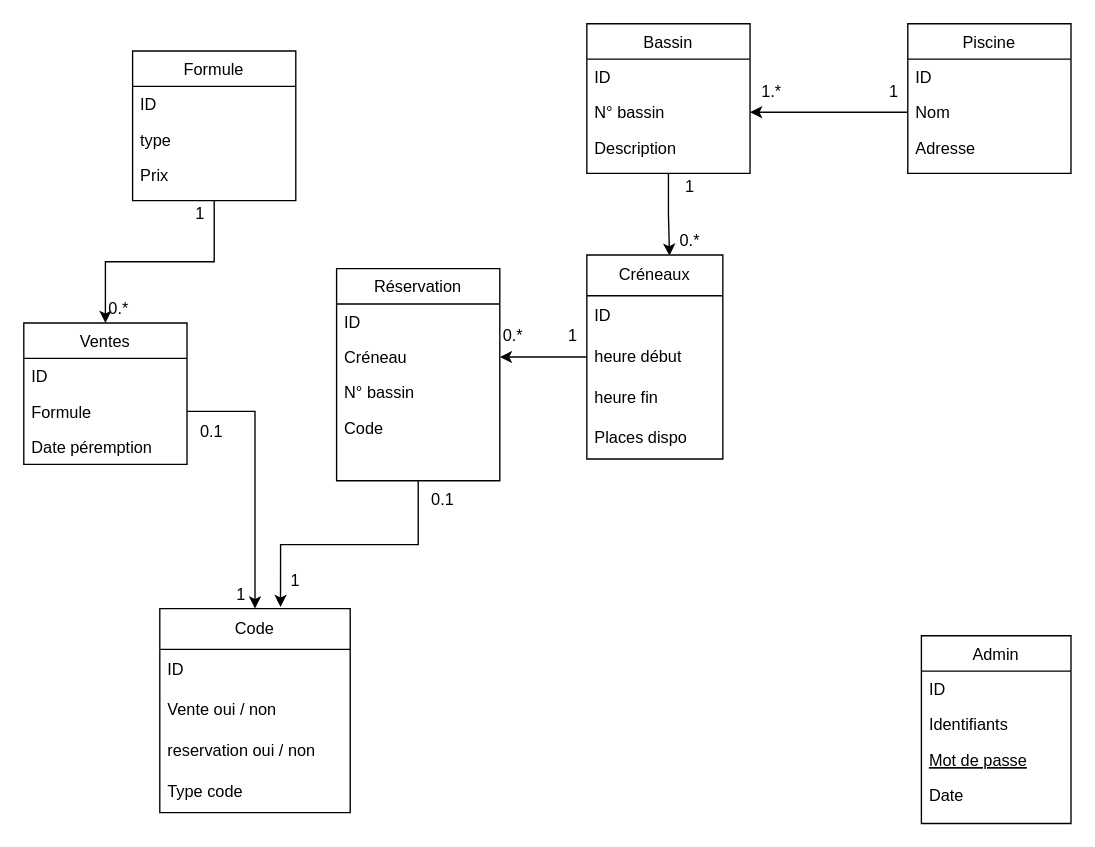
Before: Diagramme sans nom.drawio in Chic0s/PiscineRennes, a draw.io diagram. Source tidied: cells renumbered, new cells numbered last; positions are measured from the earlier drawing's top-left corner, leaving out a move shared by most shapes. Both pictures are drawn from the tidied source at 136%, with x=0, y=0 at pixel (23, 23).
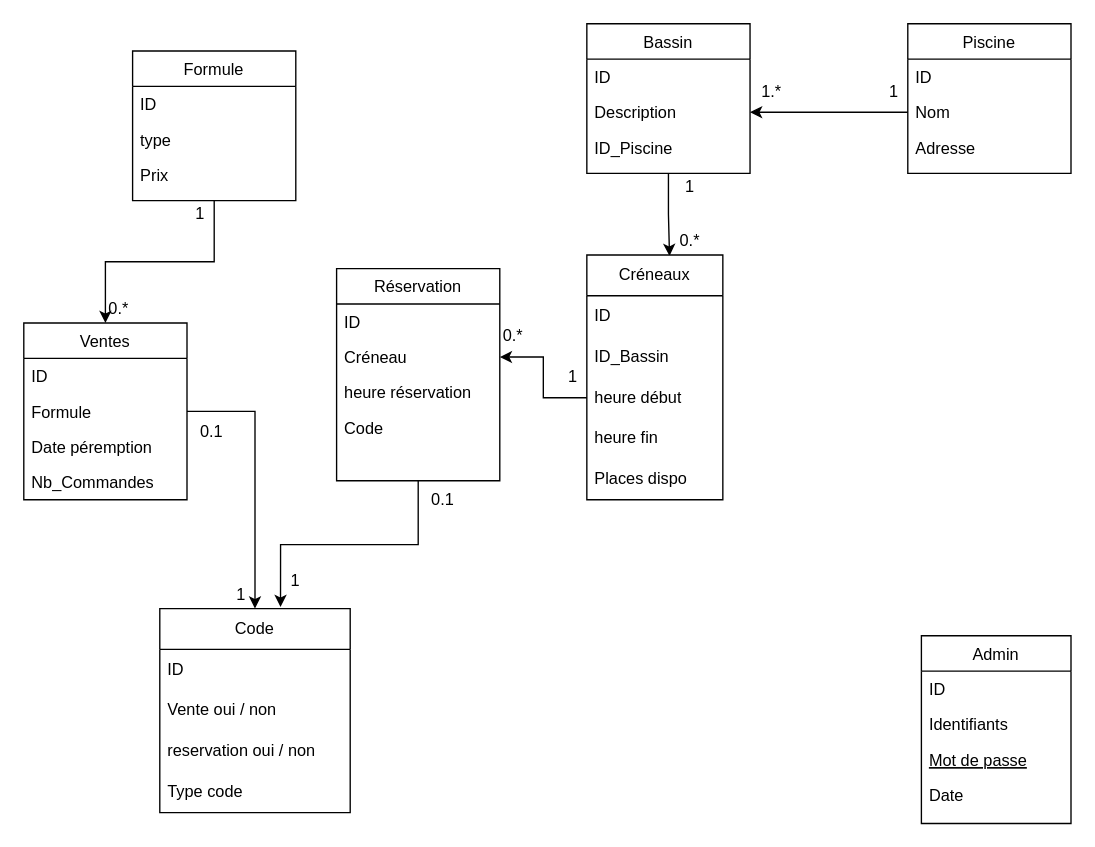
The same page after the edit.

Commit message:
Mettre à jour Diagramme sans nom.drawio

Unchanged cells that the change refers to:
```xml
<mxCell id="17" value="Bassin" style="swimlane;fontStyle=0;align=center;verticalAlign=top;horizontal=1;startSize=26;rounded=0;shadow=0;strokeWidth=1;" parent="1" vertex="1">
  <mxGeometry x="414" width="120" height="110" as="geometry" />
</mxCell>
<mxCell id="22" value="Réservation" style="swimlane;fontStyle=0;align=center;verticalAlign=top;horizontal=1;startSize=26;rounded=0;shadow=0;strokeWidth=1;" parent="1" vertex="1">
  <mxGeometry x="230" y="180" width="120" height="156" as="geometry" />
</mxCell>
<mxCell id="29" value="Nom" style="text;align=left;verticalAlign=top;spacingLeft=4;spacingRight=4;overflow=hidden;points=[[0,0.5],[1,0.5]];portConstraint=eastwest;rounded=0;shadow=0;html=0;" parent="27" vertex="1">
  <mxGeometry y="52" width="120" height="26" as="geometry" />
</mxCell>
```

What changed in the source:
```diff
@@
     <mxCell id="12" value="Ventes" style="swimlane;fontStyle=0;align=center;verticalAlign=top;horizontal=1;startSize=26;rounded=0;shadow=0;strokeWidth=1;" parent="1" vertex="1">
-      <mxGeometry y="220" width="120" height="104" as="geometry" />
+      <mxGeometry y="220" width="120" height="130" as="geometry" />
     </mxCell>
@@
+    <mxCell id="56" value="Nb_Commandes" style="text;align=left;verticalAlign=top;spacingLeft=4;spacingRight=4;overflow=hidden;" parent="12" vertex="1">
+      <mxGeometry y="104" width="120" height="26" as="geometry" />
+    </mxCell>
@@
-    <mxCell id="19" value="N° bassin" style="text;align=left;verticalAlign=top;spacingLeft=4;spacingRight=4;overflow=hidden;points=[[0,0.5],[1,0.5]];portConstraint=eastwest;rounded=0;shadow=0;html=0;" parent="17" vertex="1">
-      <mxGeometry y="52" width="120" height="26" as="geometry" />
-    </mxCell>
     <mxCell id="20" value="Description" style="text;align=left;verticalAlign=top;spacingLeft=4;spacingRight=4;overflow=hidden;rounded=0;shadow=0;html=0;" parent="17" vertex="1">
-      <mxGeometry y="78" width="120" height="26" as="geometry" />
+      <mxGeometry y="52" width="120" height="26" as="geometry" />
     </mxCell>
+    <mxCell id="57" value="ID_Piscine" style="text;align=left;verticalAlign=top;spacingLeft=4;spacingRight=4;overflow=hidden;" parent="17" vertex="1">
+      <mxGeometry y="78" width="120" height="26" as="geometry" />
+    </mxCell>
@@
-    <mxCell id="25" value="N° bassin" style="text;align=left;verticalAlign=top;spacingLeft=4;spacingRight=4;overflow=hidden;rounded=0;shadow=0;html=0;" parent="22" vertex="1">
+    <mxCell id="25" value="heure réservation" style="text;align=left;verticalAlign=top;spacingLeft=4;spacingRight=4;overflow=hidden;rounded=0;shadow=0;html=0;" parent="22" vertex="1">
       <mxGeometry y="78" width="120" height="26" as="geometry" />
     </mxCell>
@@
-    <mxCell id="31" style="edgeStyle=orthogonalEdgeStyle;rounded=0;jettySize=auto;html=1;exitX=0;exitY=0.5;exitDx=0;exitDy=0;entryX=1;entryY=0.5;entryDx=0;entryDy=0;" parent="1" edge="1" source="29" target="19">
-      <mxGeometry relative="1" as="geometry" />
+    <mxCell id="31" style="edgeStyle=orthogonalEdgeStyle;rounded=0;jettySize=auto;html=1;exitX=0;exitY=0.5;exitDx=0;exitDy=0;entryX=1;entryY=0.5;entryDx=0;entryDy=0;" parent="1" edge="1" source="29">
+      <mxGeometry relative="1" as="geometry">
+        <mxPoint x="534" y="65" as="targetPoint" />
+      </mxGeometry>
     </mxCell>
     <mxCell id="32" value="Créneaux" style="swimlane;fontStyle=0;horizontal=1;startSize=30;whiteSpace=wrap;html=1;" parent="1" vertex="1">
-      <mxGeometry x="414" y="170" width="100" height="150" as="geometry" />
+      <mxGeometry x="414" y="170" width="100" height="180" as="geometry" />
     </mxCell>
@@
+    <mxCell id="58" value="ID_Bassin" style="text;strokeColor=none;fillColor=none;align=left;verticalAlign=middle;spacingLeft=4;spacingRight=4;overflow=hidden;whiteSpace=wrap;html=1;" parent="32" vertex="1">
+      <mxGeometry y="60" width="100" height="30" as="geometry" />
+    </mxCell>
     <mxCell id="34" value="heure début" style="text;strokeColor=none;fillColor=none;align=left;verticalAlign=middle;spacingLeft=4;spacingRight=4;overflow=hidden;points=[[0,0.5],[1,0.5]];portConstraint=eastwest;whiteSpace=wrap;html=1;" parent="32" vertex="1">
-      <mxGeometry y="60" width="100" height="30" as="geometry" />
+      <mxGeometry y="90" width="100" height="30" as="geometry" />
     </mxCell>
     <mxCell id="35" value="heure fin" style="text;strokeColor=none;fillColor=none;align=left;verticalAlign=middle;spacingLeft=4;spacingRight=4;overflow=hidden;whiteSpace=wrap;html=1;" parent="32" vertex="1">
-      <mxGeometry y="90" width="100" height="30" as="geometry" />
+      <mxGeometry y="120" width="100" height="30" as="geometry" />
     </mxCell>
     <mxCell id="36" value="Places dispo" style="text;strokeColor=none;fillColor=none;align=left;verticalAlign=middle;spacingLeft=4;spacingRight=4;overflow=hidden;whiteSpace=wrap;html=1;" parent="32" vertex="1">
-      <mxGeometry y="120" width="100" height="30" as="geometry" />
+      <mxGeometry y="150" width="100" height="30" as="geometry" />
     </mxCell>
@@
     <mxCell id="50" value="1" style="text;html=1;strokeColor=none;fillColor=none;align=center;verticalAlign=middle;whiteSpace=wrap;rounded=0;" parent="1" vertex="1">
-      <mxGeometry x="394" y="220" width="20" height="20" as="geometry" />
+      <mxGeometry x="394" y="250" width="20" height="20" as="geometry" />
     </mxCell>
```
